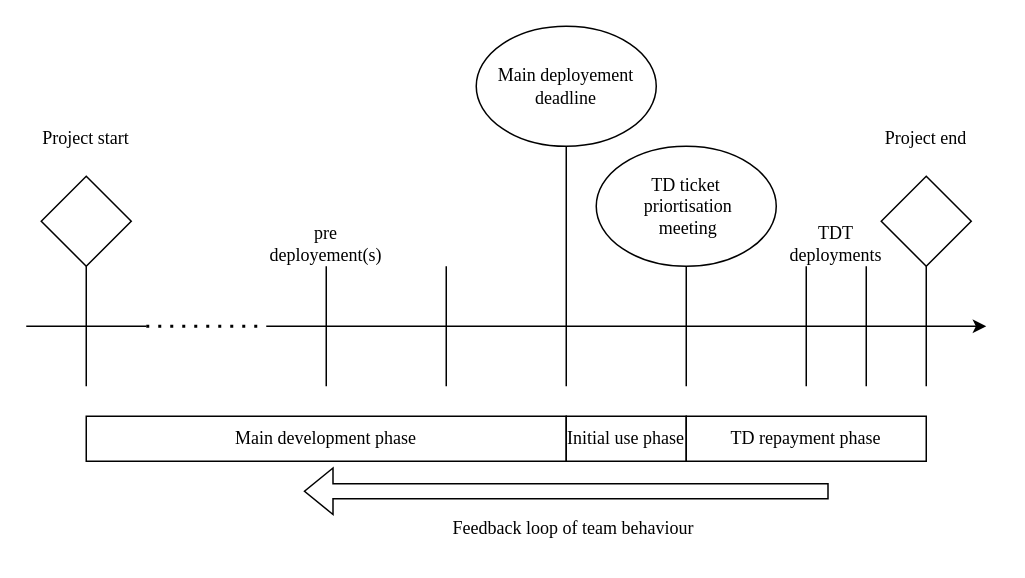
Before: img/Chapter1/TD_repayment/TD_repayment.drawio in CorrieScheepers/Masters, a draw.io diagram. Source tidied: cells renumbered, new cells numbered last; positions are measured from the earlier drawing's top-left corner, leaving out a move shared by most shapes. Both pictures are drawn from the tidied source at 150%, with x=0, y=0 at pixel (26, 26).
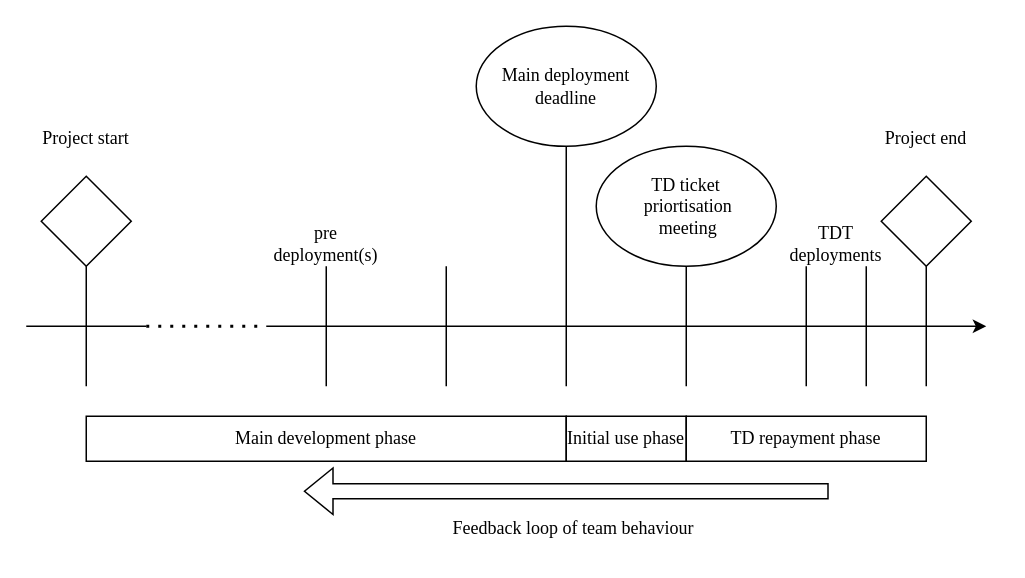
The same diagram, later.

Change to the diagram source:
```diff
@@
-    <mxCell id="12" value="Main deployement deadline" style="ellipse;whiteSpace=wrap;html=1;fillColor=none;fontFamily=Times New Roman;" parent="1" vertex="1">
+    <mxCell id="12" value="Main&amp;nbsp;deployment deadline" style="ellipse;whiteSpace=wrap;html=1;fillColor=none;fontFamily=Times New Roman;" parent="1" vertex="1">
       <mxGeometry x="300" width="120" height="80" as="geometry" />
     </mxCell>
@@
-    <mxCell id="15" value="pre deployement(s)" style="text;html=1;strokeColor=none;fillColor=none;align=center;verticalAlign=middle;whiteSpace=wrap;rounded=0;fontFamily=Times New Roman;" parent="1" vertex="1">
+    <mxCell id="15" value="pre deployment(s)" style="text;html=1;strokeColor=none;fillColor=none;align=center;verticalAlign=middle;whiteSpace=wrap;rounded=0;fontFamily=Times New Roman;" parent="1" vertex="1">
       <mxGeometry x="170" y="130" width="60" height="30" as="geometry" />
     </mxCell>
```
